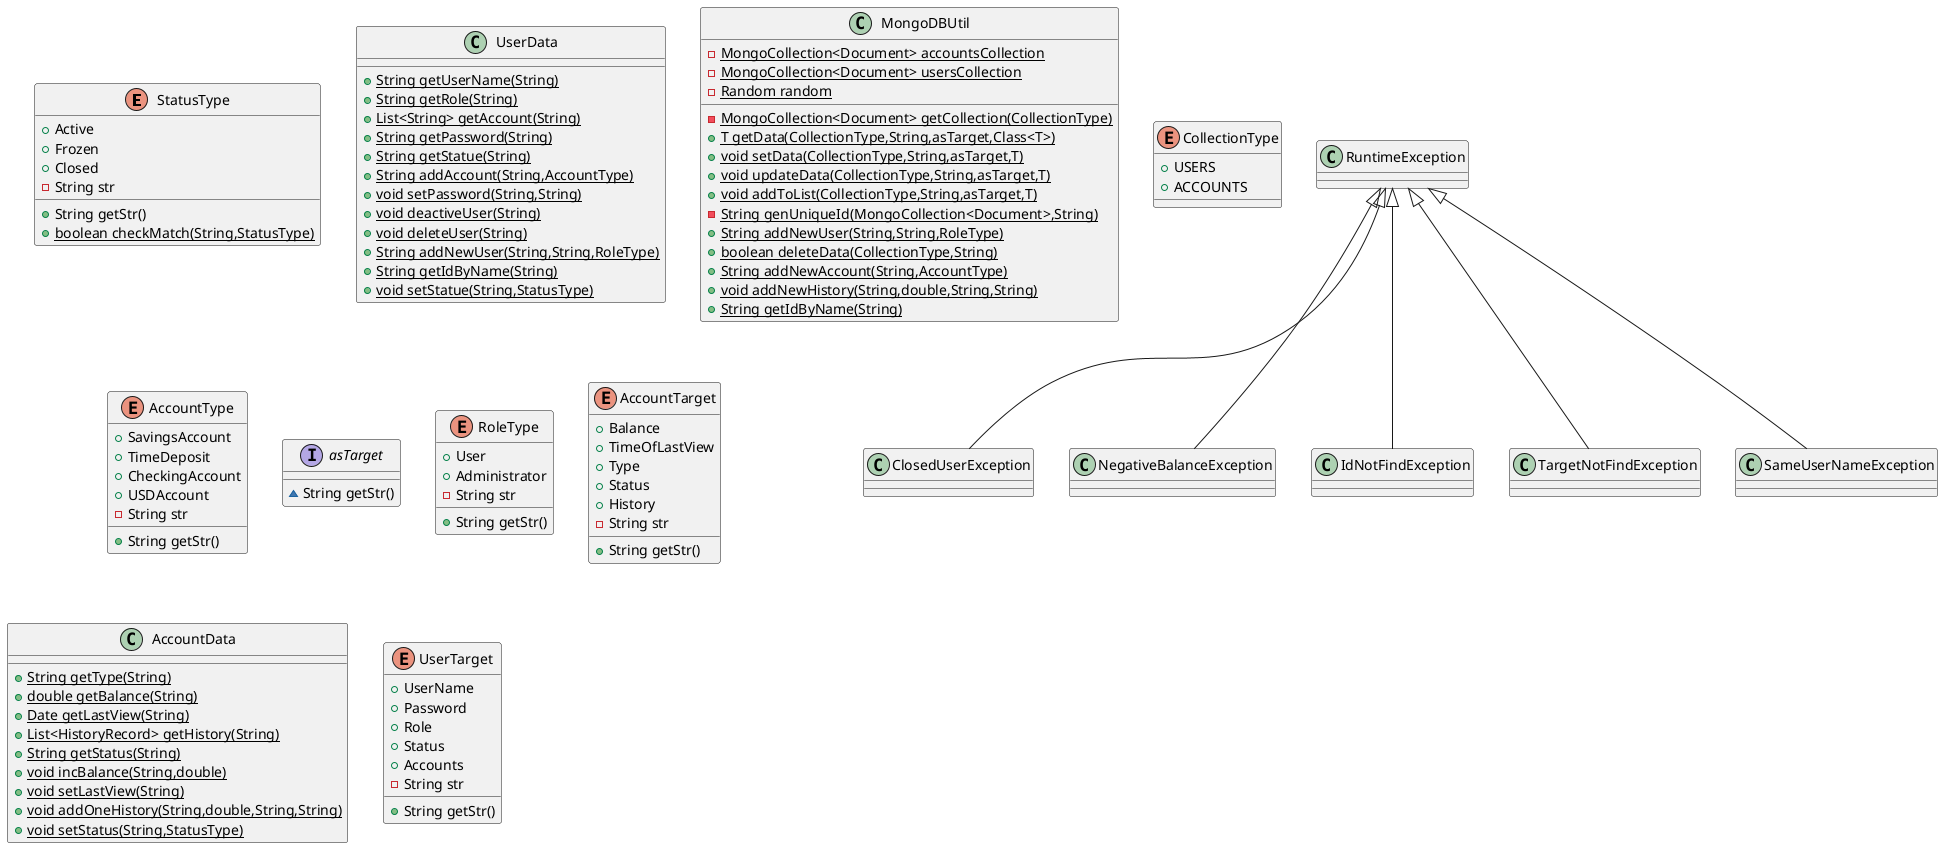
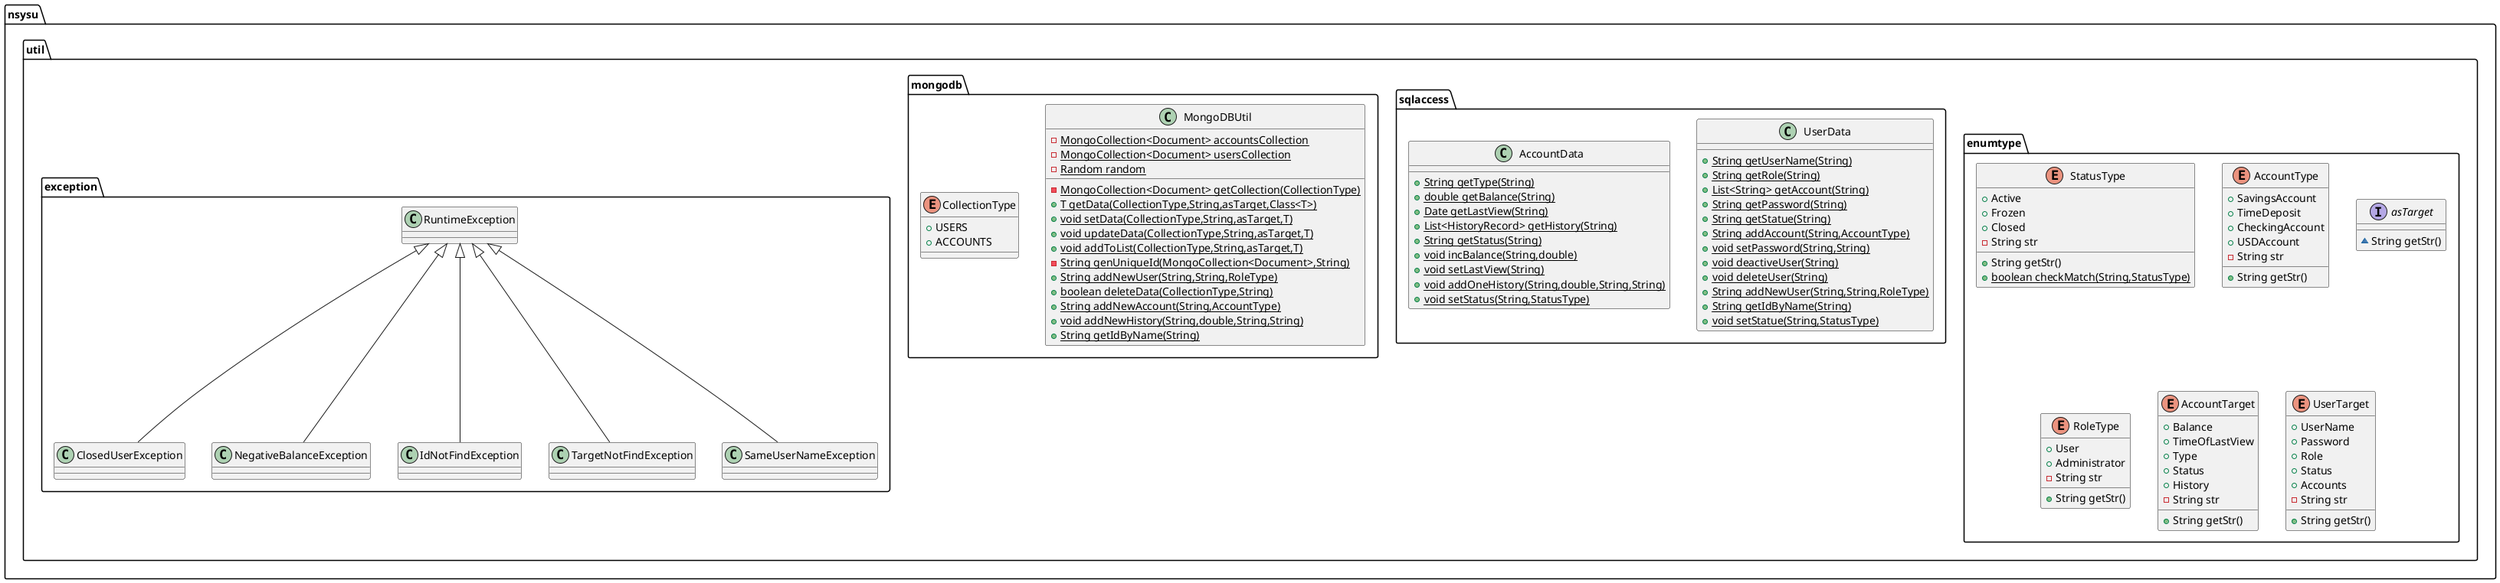
@startuml
- enum StatusType {
+ enum nsysu.util.enumtype.StatusType {
+  Active
+  Frozen
+  Closed
- String str
+ String getStr()
+ {static} boolean checkMatch(String,StatusType)
}


- class UserData {
+ class nsysu.util.sqlaccess.UserData {
+ {static} String getUserName(String)
+ {static} String getRole(String)
+ {static} List<String> getAccount(String)
+ {static} String getPassword(String)
+ {static} String getStatue(String)
+ {static} String addAccount(String,AccountType)
+ {static} void setPassword(String,String)
+ {static} void deactiveUser(String)
+ {static} void deleteUser(String)
+ {static} String addNewUser(String,String,RoleType)
+ {static} String getIdByName(String)
+ {static} void setStatue(String,StatusType)
}

- class MongoDBUtil {
+ class nsysu.util.mongodb.MongoDBUtil {
- {static} MongoCollection<Document> accountsCollection
- {static} MongoCollection<Document> usersCollection
- {static} Random random
- {static} MongoCollection<Document> getCollection(CollectionType)
+ {static} T getData(CollectionType,String,asTarget,Class<T>)
+ {static} void setData(CollectionType,String,asTarget,T)
+ {static} void updateData(CollectionType,String,asTarget,T)
+ {static} void addToList(CollectionType,String,asTarget,T)
- {static} String genUniqueId(MongoCollection<Document>,String)
+ {static} String addNewUser(String,String,RoleType)
+ {static} boolean deleteData(CollectionType,String)
+ {static} String addNewAccount(String,AccountType)
+ {static} void addNewHistory(String,double,String,String)
+ {static} String getIdByName(String)
}


- enum CollectionType {
+ enum nsysu.util.mongodb.CollectionType {
+  USERS
+  ACCOUNTS
}

- enum AccountType {
+ enum nsysu.util.enumtype.AccountType {
+  SavingsAccount
+  TimeDeposit
+  CheckingAccount
+  USDAccount
- String str
+ String getStr()
}


- class ClosedUserException {
+ class nsysu.util.exception.ClosedUserException {
}
- interface asTarget {
+ interface nsysu.util.enumtype.asTarget {
~ String getStr()
}

- class NegativeBalanceException {
+ class nsysu.util.exception.NegativeBalanceException {
}
- class IdNotFindException {
+ class nsysu.util.exception.IdNotFindException {
}
- enum RoleType {
+ enum nsysu.util.enumtype.RoleType {
+  User
+  Administrator
- String str
+ String getStr()
}


- enum AccountTarget {
+ enum nsysu.util.enumtype.AccountTarget {
+  Balance
+  TimeOfLastView
+  Type
+  Status
+  History
- String str
+ String getStr()
}


- class AccountData {
+ class nsysu.util.sqlaccess.AccountData {
+ {static} String getType(String)
+ {static} double getBalance(String)
+ {static} Date getLastView(String)
+ {static} List<HistoryRecord> getHistory(String)
+ {static} String getStatus(String)
+ {static} void incBalance(String,double)
+ {static} void setLastView(String)
+ {static} void addOneHistory(String,double,String,String)
+ {static} void setStatus(String,StatusType)
}

- class TargetNotFindException {
+ class nsysu.util.exception.TargetNotFindException {
}
- class SameUserNameException {
+ class nsysu.util.exception.SameUserNameException {
}
- enum UserTarget {
+ enum nsysu.util.enumtype.UserTarget {
+  UserName
+  Password
+  Role
+  Status
+  Accounts
- String str
+ String getStr()
}




- RuntimeException <|-- ClosedUserException
- RuntimeException <|-- NegativeBalanceException
- RuntimeException <|-- IdNotFindException
- RuntimeException <|-- TargetNotFindException
- RuntimeException <|-- SameUserNameException
+ nsysu.util.exception.RuntimeException <|-- nsysu.util.exception.ClosedUserException
+ nsysu.util.exception.RuntimeException <|-- nsysu.util.exception.NegativeBalanceException
+ nsysu.util.exception.RuntimeException <|-- nsysu.util.exception.IdNotFindException
+ nsysu.util.exception.RuntimeException <|-- nsysu.util.exception.TargetNotFindException
+ nsysu.util.exception.RuntimeException <|-- nsysu.util.exception.SameUserNameException
@enduml